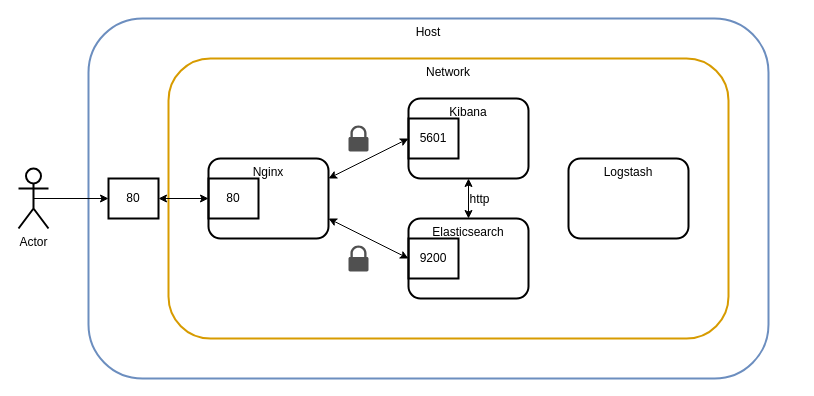
Earlier version of the draw.io diagram Untitled Diagram.drawio (jeromecoffin/es-logserver). Source tidied: cells renumbered, new cells numbered last; positions are measured from the earlier drawing's top-left corner, leaving out a move shared by most shapes. Both pictures are drawn from the tidied source at 100%, with x=0, y=0 at pixel (18, 18).
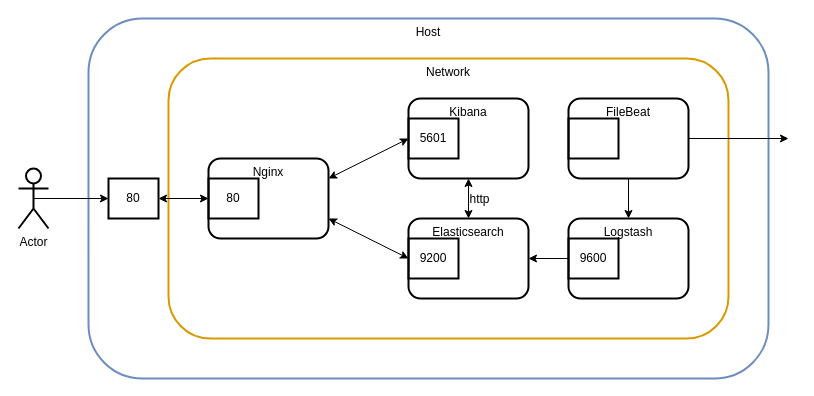
After the change.

The change refers to these unchanged cells:
```xml
<mxCell id="9" value="Elasticsearch" style="rounded=1;whiteSpace=wrap;html=1;strokeWidth=2;fillColor=none;gradientColor=none;align=center;verticalAlign=top;" parent="1" vertex="1">
  <mxGeometry x="390" y="200" width="120" height="80" as="geometry" />
</mxCell>
```

What changed in the source:
```diff
@@
+    <mxCell id="21" value="FileBeat" style="rounded=1;whiteSpace=wrap;html=1;strokeWidth=2;fillColor=none;gradientColor=none;align=center;verticalAlign=top;" parent="1" vertex="1">
+      <mxGeometry x="550" y="80" width="120" height="80" as="geometry" />
+    </mxCell>
@@
-    <mxCell id="16" style="shadow=0;dashed=0;html=1;strokeColor=none;fillColor=#505050;labelPosition=center;verticalLabelPosition=bottom;verticalAlign=top;align=center;shape=mxgraph.office.security.lock_protected;" parent="1" vertex="1">
-      <mxGeometry x="330" y="107" width="20" height="26" as="geometry" />
-    </mxCell>
-    <mxCell id="17" style="shadow=0;dashed=0;html=1;strokeColor=none;fillColor=#505050;labelPosition=center;verticalLabelPosition=bottom;verticalAlign=top;align=center;shape=mxgraph.office.security.lock_protected;" parent="1" vertex="1">
-      <mxGeometry x="330" y="227" width="20" height="26" as="geometry" />
-    </mxCell>
@@
     <mxCell id="20" value="Logstash" style="rounded=1;whiteSpace=wrap;html=1;strokeWidth=2;fillColor=none;gradientColor=none;align=center;verticalAlign=top;" parent="1" vertex="1">
-      <mxGeometry x="550" y="140" width="120" height="80" as="geometry" />
+      <mxGeometry x="550" y="200" width="120" height="80" as="geometry" />
     </mxCell>
+    <mxCell id="22" value="9600" style="rounded=0;whiteSpace=wrap;html=1;strokeWidth=2;fillColor=none;gradientColor=none;align=center;" parent="1" vertex="1">
+      <mxGeometry x="550" y="220" width="50" height="40" as="geometry" />
+    </mxCell>
+    <mxCell id="23" style="rounded=0;whiteSpace=wrap;html=1;strokeWidth=2;fillColor=none;gradientColor=none;align=center;" parent="1" vertex="1">
+      <mxGeometry x="550" y="100" width="50" height="40" as="geometry" />
+    </mxCell>
+    <mxCell id="24" style="endArrow=classic;html=1;entryX=1;entryY=0.5;entryDx=0;entryDy=0;exitX=0;exitY=0.5;exitDx=0;exitDy=0;" parent="1" edge="1" source="22" target="9">
+      <mxGeometry relative="1" as="geometry" />
+    </mxCell>
+    <mxCell id="25" style="endArrow=classic;html=1;entryX=0.5;entryY=0;entryDx=0;entryDy=0;exitX=0.5;exitY=1;exitDx=0;exitDy=0;" parent="1" edge="1" source="21" target="20">
+      <mxGeometry relative="1" as="geometry" />
+    </mxCell>
+    <mxCell id="26" style="endArrow=classic;html=1;exitX=1;exitY=0.5;exitDx=0;exitDy=0;" parent="1" edge="1" source="21">
+      <mxGeometry relative="1" as="geometry">
+        <mxPoint x="770" y="120" as="targetPoint" />
+      </mxGeometry>
+    </mxCell>
```
